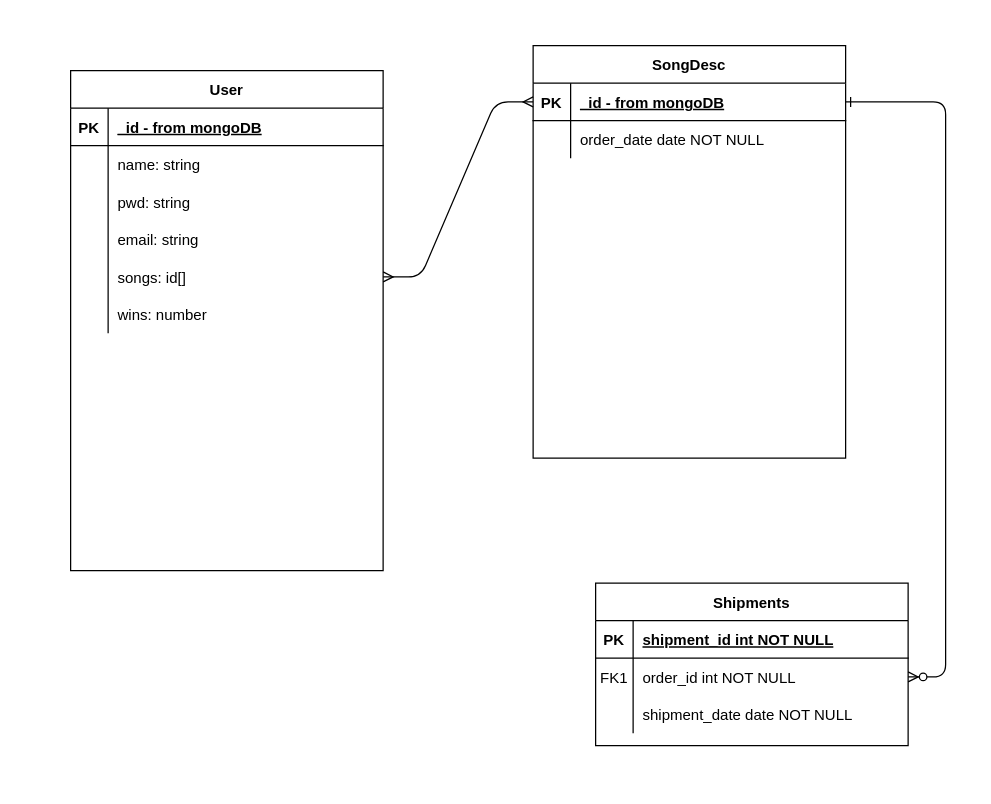
barrett-robillard-family/barrett-website keeps this draw.io diagram as Untitled Diagram.drawio. Above is the earlier version. Source tidied: cells renumbered, new cells numbered last; positions are measured from the earlier drawing's top-left corner, leaving out a move shared by most shapes. Both pictures are drawn from the tidied source at 125%, with x=0, y=0 at pixel (70, 45).
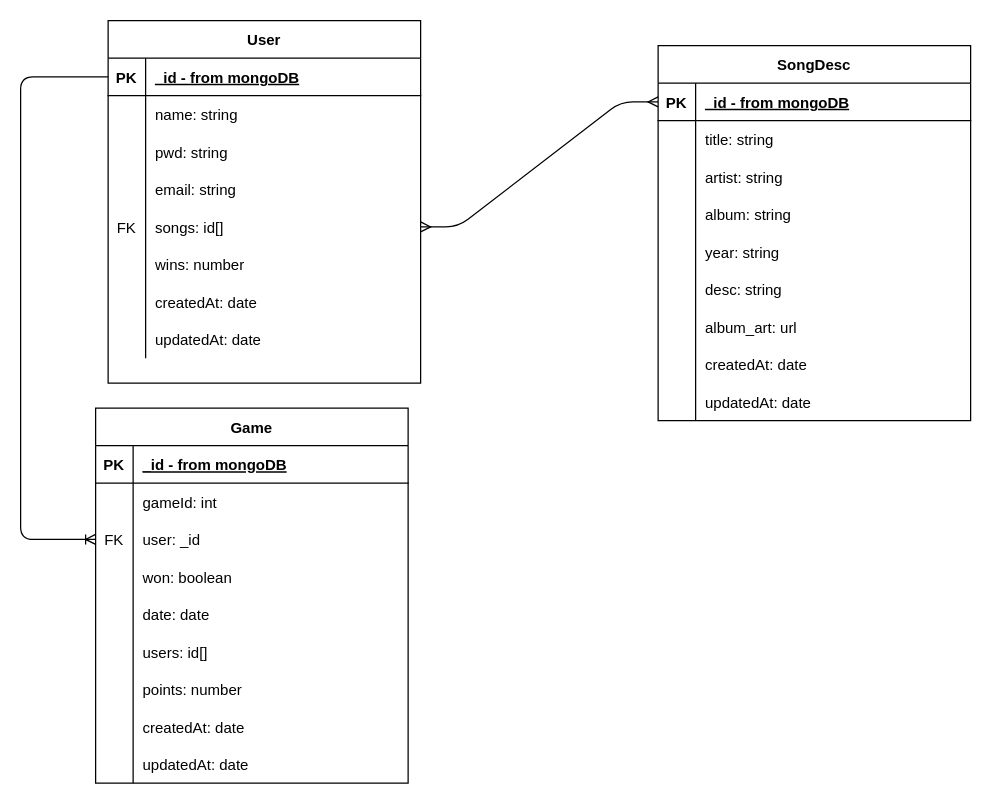
The same diagram, later.

The change refers to these unchanged cells:
```xml
<mxCell id="4" style="shape=partialRectangle;fillColor=none;points=[[0,0.5],[1,0.5]];portConstraint=eastwest;top=0;left=0;right=0;bottom=1;" parent="3" vertex="1">
  <mxGeometry y="30" width="250" height="30" as="geometry" />
</mxCell>
<mxCell id="7" style="shape=partialRectangle;fillColor=none;top=0;left=0;right=0;bottom=0;" parent="3" vertex="1">
  <mxGeometry y="60" width="250" height="30" as="geometry" />
</mxCell>
<mxCell id="21" style="shape=partialRectangle;fillColor=none;points=[[0,0.5],[1,0.5]];portConstraint=eastwest;top=0;left=0;right=0;bottom=1;" parent="20" vertex="1">
  <mxGeometry y="30" width="250" height="30" as="geometry" />
</mxCell>
<mxCell id="33" style="shape=partialRectangle;fillColor=none;points=[[0,0.5],[1,0.5]];portConstraint=eastwest;top=0;left=0;right=0;bottom=0;" parent="20" vertex="1">
  <mxGeometry y="150" width="250" height="30" as="geometry" />
</mxCell>
```

The edit, as a diff of the source:
```diff
@@
-    <mxCell id="2" style="edgeStyle=entityRelationEdgeStyle;endArrow=ERzeroToMany;startArrow=ERone;endFill=1;startFill=0;" parent="1" edge="1" source="4" target="14">
-      <mxGeometry relative="1" as="geometry" />
-    </mxCell>
     <mxCell id="3" value="SongDesc" style="shape=table;startSize=30;childLayout=tableLayout;rowLines=0;fontStyle=1;align=center;" parent="1" vertex="1">
-      <mxGeometry x="370" width="250" height="330" as="geometry" />
+      <mxGeometry x="470" width="250" height="300" as="geometry" />
     </mxCell>
@@
-    <mxCell id="9" value="order_date date NOT NULL" style="shape=partialRectangle;overflow=hidden;fillColor=none;top=0;left=0;bottom=0;right=0;align=left;spacingLeft=6;" parent="7" vertex="1">
+    <mxCell id="9" value="title: string" style="shape=partialRectangle;overflow=hidden;fillColor=none;top=0;left=0;bottom=0;right=0;align=left;spacingLeft=6;" parent="7" vertex="1">
       <mxGeometry x="30" width="220" height="30" as="geometry" />
     </mxCell>
-    <mxCell id="10" value="Shipments" style="shape=table;startSize=30;childLayout=tableLayout;rowLines=0;fontStyle=1;align=center;" parent="1" vertex="1">
-      <mxGeometry x="420" y="430" width="250" height="130" as="geometry" />
-    </mxCell>
-    <mxCell id="11" style="shape=partialRectangle;fillColor=none;top=0;left=0;right=0;bottom=1;" parent="10" vertex="1">
-      <mxGeometry y="30" width="250" height="30" as="geometry" />
-    </mxCell>
-    <mxCell id="12" value="PK" style="shape=partialRectangle;overflow=hidden;fillColor=none;top=0;left=0;bottom=0;right=0;fontStyle=1;" parent="11" vertex="1">
-      <mxGeometry width="30" height="30" as="geometry" />
-    </mxCell>
-    <mxCell id="13" value="shipment_id int NOT NULL " style="shape=partialRectangle;overflow=hidden;fillColor=none;top=0;left=0;bottom=0;right=0;align=left;spacingLeft=6;fontStyle=5;" parent="11" vertex="1">
-      <mxGeometry x="30" width="220" height="30" as="geometry" />
-    </mxCell>
-    <mxCell id="14" style="shape=partialRectangle;fillColor=none;points=[[0,0.5],[1,0.5]];portConstraint=eastwest;top=0;left=0;right=0;bottom=0;" parent="10" vertex="1">
-      <mxGeometry y="60" width="250" height="30" as="geometry" />
-    </mxCell>
-    <mxCell id="15" value="FK1" style="shape=partialRectangle;overflow=hidden;fillColor=none;top=0;left=0;bottom=0;right=0;" parent="14" vertex="1">
-      <mxGeometry width="30" height="30" as="geometry" />
-    </mxCell>
-    <mxCell id="16" value="order_id int NOT NULL" style="shape=partialRectangle;overflow=hidden;fillColor=none;top=0;left=0;bottom=0;right=0;align=left;spacingLeft=6;" parent="14" vertex="1">
-      <mxGeometry x="30" width="220" height="30" as="geometry" />
-    </mxCell>
-    <mxCell id="17" style="shape=partialRectangle;fillColor=none;top=0;left=0;right=0;bottom=0;" parent="10" vertex="1">
-      <mxGeometry y="90" width="250" height="30" as="geometry" />
-    </mxCell>
-    <mxCell id="18" style="shape=partialRectangle;overflow=hidden;fillColor=none;top=0;left=0;bottom=0;right=0;" parent="17" vertex="1">
-      <mxGeometry width="30" height="30" as="geometry" />
-    </mxCell>
-    <mxCell id="19" value="shipment_date date NOT NULL" style="shape=partialRectangle;overflow=hidden;fillColor=none;top=0;left=0;bottom=0;right=0;align=left;spacingLeft=6;" parent="17" vertex="1">
-      <mxGeometry x="30" width="220" height="30" as="geometry" />
-    </mxCell>
+    <mxCell id="40" style="shape=partialRectangle;fillColor=none;top=0;left=0;right=0;bottom=0;" parent="3" vertex="1">
+      <mxGeometry y="90" width="250" height="30" as="geometry" />
+    </mxCell>
+    <mxCell id="41" style="shape=partialRectangle;overflow=hidden;fillColor=none;top=0;left=0;bottom=0;right=0;" parent="40" vertex="1">
+      <mxGeometry width="30" height="30" as="geometry" />
+    </mxCell>
+    <mxCell id="42" value="artist: string" style="shape=partialRectangle;overflow=hidden;fillColor=none;top=0;left=0;bottom=0;right=0;align=left;spacingLeft=6;" parent="40" vertex="1">
+      <mxGeometry x="30" width="220" height="30" as="geometry" />
+    </mxCell>
+    <mxCell id="43" style="shape=partialRectangle;fillColor=none;top=0;left=0;right=0;bottom=0;" parent="3" vertex="1">
+      <mxGeometry y="120" width="250" height="30" as="geometry" />
+    </mxCell>
+    <mxCell id="44" style="shape=partialRectangle;overflow=hidden;fillColor=none;top=0;left=0;bottom=0;right=0;" parent="43" vertex="1">
+      <mxGeometry width="30" height="30" as="geometry" />
+    </mxCell>
+    <mxCell id="45" value="album: string" style="shape=partialRectangle;overflow=hidden;fillColor=none;top=0;left=0;bottom=0;right=0;align=left;spacingLeft=6;" parent="43" vertex="1">
+      <mxGeometry x="30" width="220" height="30" as="geometry" />
+    </mxCell>
+    <mxCell id="46" style="shape=partialRectangle;fillColor=none;top=0;left=0;right=0;bottom=0;" parent="3" vertex="1">
+      <mxGeometry y="150" width="250" height="30" as="geometry" />
+    </mxCell>
+    <mxCell id="47" style="shape=partialRectangle;overflow=hidden;fillColor=none;top=0;left=0;bottom=0;right=0;" parent="46" vertex="1">
+      <mxGeometry width="30" height="30" as="geometry" />
+    </mxCell>
+    <mxCell id="48" value="year: string" style="shape=partialRectangle;overflow=hidden;fillColor=none;top=0;left=0;bottom=0;right=0;align=left;spacingLeft=6;" parent="46" vertex="1">
+      <mxGeometry x="30" width="220" height="30" as="geometry" />
+    </mxCell>
+    <mxCell id="49" style="shape=partialRectangle;fillColor=none;top=0;left=0;right=0;bottom=0;" parent="3" vertex="1">
+      <mxGeometry y="180" width="250" height="30" as="geometry" />
+    </mxCell>
+    <mxCell id="50" style="shape=partialRectangle;overflow=hidden;fillColor=none;top=0;left=0;bottom=0;right=0;" parent="49" vertex="1">
+      <mxGeometry width="30" height="30" as="geometry" />
+    </mxCell>
+    <mxCell id="51" value="desc: string" style="shape=partialRectangle;overflow=hidden;fillColor=none;top=0;left=0;bottom=0;right=0;align=left;spacingLeft=6;" parent="49" vertex="1">
+      <mxGeometry x="30" width="220" height="30" as="geometry" />
+    </mxCell>
+    <mxCell id="52" style="shape=partialRectangle;fillColor=none;top=0;left=0;right=0;bottom=0;" parent="3" vertex="1">
+      <mxGeometry y="210" width="250" height="30" as="geometry" />
+    </mxCell>
+    <mxCell id="53" style="shape=partialRectangle;overflow=hidden;fillColor=none;top=0;left=0;bottom=0;right=0;" parent="52" vertex="1">
+      <mxGeometry width="30" height="30" as="geometry" />
+    </mxCell>
+    <mxCell id="54" value="album_art: url" style="shape=partialRectangle;overflow=hidden;fillColor=none;top=0;left=0;bottom=0;right=0;align=left;spacingLeft=6;" parent="52" vertex="1">
+      <mxGeometry x="30" width="220" height="30" as="geometry" />
+    </mxCell>
+    <mxCell id="55" style="shape=partialRectangle;fillColor=none;top=0;left=0;right=0;bottom=0;" parent="3" vertex="1">
+      <mxGeometry y="240" width="250" height="30" as="geometry" />
+    </mxCell>
+    <mxCell id="56" style="shape=partialRectangle;overflow=hidden;fillColor=none;top=0;left=0;bottom=0;right=0;" parent="55" vertex="1">
+      <mxGeometry width="30" height="30" as="geometry" />
+    </mxCell>
+    <mxCell id="57" value="createdAt: date" style="shape=partialRectangle;overflow=hidden;fillColor=none;top=0;left=0;bottom=0;right=0;align=left;spacingLeft=6;" parent="55" vertex="1">
+      <mxGeometry x="30" width="220" height="30" as="geometry" />
+    </mxCell>
+    <mxCell id="58" style="shape=partialRectangle;fillColor=none;top=0;left=0;right=0;bottom=0;" parent="3" vertex="1">
+      <mxGeometry y="270" width="250" height="30" as="geometry" />
+    </mxCell>
+    <mxCell id="59" style="shape=partialRectangle;overflow=hidden;fillColor=none;top=0;left=0;bottom=0;right=0;" parent="58" vertex="1">
+      <mxGeometry width="30" height="30" as="geometry" />
+    </mxCell>
+    <mxCell id="60" value="updatedAt: date" style="shape=partialRectangle;overflow=hidden;fillColor=none;top=0;left=0;bottom=0;right=0;align=left;spacingLeft=6;" parent="58" vertex="1">
+      <mxGeometry x="30" width="220" height="30" as="geometry" />
+    </mxCell>
     <mxCell id="20" value="User" style="shape=table;startSize=30;childLayout=tableLayout;rowLines=0;fontStyle=1;align=center;" parent="1" vertex="1">
-      <mxGeometry y="20" width="250" height="400" as="geometry" />
+      <mxGeometry x="30" y="-20" width="250" height="290" as="geometry" />
     </mxCell>
@@
-    <mxCell id="34" style="shape=partialRectangle;overflow=hidden;fillColor=none;top=0;left=0;bottom=0;right=0;" parent="33" vertex="1">
+    <mxCell id="34" value="FK" style="shape=partialRectangle;overflow=hidden;fillColor=none;top=0;left=0;bottom=0;right=0;" parent="33" vertex="1">
       <mxGeometry width="30" height="30" as="geometry" />
     </mxCell>
@@
+    <mxCell id="61" style="shape=partialRectangle;fillColor=none;top=0;left=0;right=0;bottom=0;" parent="20" vertex="1">
+      <mxGeometry y="210" width="250" height="30" as="geometry" />
+    </mxCell>
+    <mxCell id="62" style="shape=partialRectangle;overflow=hidden;fillColor=none;top=0;left=0;bottom=0;right=0;" parent="61" vertex="1">
+      <mxGeometry width="30" height="30" as="geometry" />
+    </mxCell>
+    <mxCell id="63" value="createdAt: date" style="shape=partialRectangle;overflow=hidden;fillColor=none;top=0;left=0;bottom=0;right=0;align=left;spacingLeft=6;" parent="61" vertex="1">
+      <mxGeometry x="30" width="220" height="30" as="geometry" />
+    </mxCell>
+    <mxCell id="64" style="shape=partialRectangle;fillColor=none;top=0;left=0;right=0;bottom=0;" parent="20" vertex="1">
+      <mxGeometry y="240" width="250" height="30" as="geometry" />
+    </mxCell>
+    <mxCell id="65" style="shape=partialRectangle;overflow=hidden;fillColor=none;top=0;left=0;bottom=0;right=0;" parent="64" vertex="1">
+      <mxGeometry width="30" height="30" as="geometry" />
+    </mxCell>
+    <mxCell id="66" value="updatedAt: date" style="shape=partialRectangle;overflow=hidden;fillColor=none;top=0;left=0;bottom=0;right=0;align=left;spacingLeft=6;" parent="64" vertex="1">
+      <mxGeometry x="30" width="220" height="30" as="geometry" />
+    </mxCell>
@@
+    <mxCell id="67" value="Game" style="shape=table;startSize=30;childLayout=tableLayout;rowLines=0;fontStyle=1;align=center;" parent="1" vertex="1">
+      <mxGeometry x="20" y="290" width="250" height="300" as="geometry" />
+    </mxCell>
+    <mxCell id="11" style="shape=partialRectangle;fillColor=none;top=0;left=0;right=0;bottom=1;" parent="67" vertex="1">
+      <mxGeometry y="30" width="250" height="30" as="geometry" />
+    </mxCell>
+    <mxCell id="12" value="PK" style="shape=partialRectangle;overflow=hidden;fillColor=none;top=0;left=0;bottom=0;right=0;fontStyle=1;" parent="11" vertex="1">
+      <mxGeometry width="30" height="30" as="geometry" />
+    </mxCell>
+    <mxCell id="68" value="_id - from mongoDB" style="shape=partialRectangle;overflow=hidden;fillColor=none;top=0;left=0;bottom=0;right=0;align=left;spacingLeft=6;fontStyle=5;" parent="11" vertex="1">
+      <mxGeometry x="30" width="220" height="30" as="geometry" />
+    </mxCell>
+    <mxCell id="14" style="shape=partialRectangle;fillColor=none;points=[[0,0.5],[1,0.5]];portConstraint=eastwest;top=0;left=0;right=0;bottom=0;" parent="67" vertex="1">
+      <mxGeometry y="60" width="250" height="30" as="geometry" />
+    </mxCell>
+    <mxCell id="69" style="shape=partialRectangle;overflow=hidden;fillColor=none;top=0;left=0;bottom=0;right=0;" parent="14" vertex="1">
+      <mxGeometry width="30" height="30" as="geometry" />
+    </mxCell>
+    <mxCell id="70" value="gameId: int" style="shape=partialRectangle;overflow=hidden;fillColor=none;top=0;left=0;bottom=0;right=0;align=left;spacingLeft=6;" parent="14" vertex="1">
+      <mxGeometry x="30" width="220" height="30" as="geometry" />
+    </mxCell>
+    <mxCell id="71" style="shape=partialRectangle;fillColor=none;points=[[0,0.5],[1,0.5]];portConstraint=eastwest;top=0;left=0;right=0;bottom=0;" parent="67" vertex="1">
+      <mxGeometry y="90" width="250" height="30" as="geometry" />
+    </mxCell>
+    <mxCell id="72" value="FK" style="shape=partialRectangle;overflow=hidden;fillColor=none;top=0;left=0;bottom=0;right=0;" parent="71" vertex="1">
+      <mxGeometry width="30" height="30" as="geometry" />
+    </mxCell>
+    <mxCell id="73" value="user: _id" style="shape=partialRectangle;overflow=hidden;fillColor=none;top=0;left=0;bottom=0;right=0;align=left;spacingLeft=6;" parent="71" vertex="1">
+      <mxGeometry x="30" width="220" height="30" as="geometry" />
+    </mxCell>
+    <mxCell id="74" style="shape=partialRectangle;fillColor=none;top=0;left=0;right=0;bottom=0;" parent="67" vertex="1">
+      <mxGeometry y="120" width="250" height="30" as="geometry" />
+    </mxCell>
+    <mxCell id="75" style="shape=partialRectangle;overflow=hidden;fillColor=none;top=0;left=0;bottom=0;right=0;" parent="74" vertex="1">
+      <mxGeometry width="30" height="30" as="geometry" />
+    </mxCell>
+    <mxCell id="76" value="won: boolean" style="shape=partialRectangle;overflow=hidden;fillColor=none;top=0;left=0;bottom=0;right=0;align=left;spacingLeft=6;" parent="74" vertex="1">
+      <mxGeometry x="30" width="220" height="30" as="geometry" />
+    </mxCell>
+    <mxCell id="77" style="shape=partialRectangle;fillColor=none;top=0;left=0;right=0;bottom=0;" parent="67" vertex="1">
+      <mxGeometry y="150" width="250" height="30" as="geometry" />
+    </mxCell>
+    <mxCell id="78" style="shape=partialRectangle;overflow=hidden;fillColor=none;top=0;left=0;bottom=0;right=0;" parent="77" vertex="1">
+      <mxGeometry width="30" height="30" as="geometry" />
+    </mxCell>
+    <mxCell id="79" value="date: date" style="shape=partialRectangle;overflow=hidden;fillColor=none;top=0;left=0;bottom=0;right=0;align=left;spacingLeft=6;" parent="77" vertex="1">
+      <mxGeometry x="30" width="220" height="30" as="geometry" />
+    </mxCell>
+    <mxCell id="80" style="shape=partialRectangle;fillColor=none;top=0;left=0;right=0;bottom=0;" parent="67" vertex="1">
+      <mxGeometry y="180" width="250" height="30" as="geometry" />
+    </mxCell>
+    <mxCell id="81" style="shape=partialRectangle;overflow=hidden;fillColor=none;top=0;left=0;bottom=0;right=0;" parent="80" vertex="1">
+      <mxGeometry width="30" height="30" as="geometry" />
+    </mxCell>
+    <mxCell id="82" value="users: id[]" style="shape=partialRectangle;overflow=hidden;fillColor=none;top=0;left=0;bottom=0;right=0;align=left;spacingLeft=6;" parent="80" vertex="1">
+      <mxGeometry x="30" width="220" height="30" as="geometry" />
+    </mxCell>
+    <mxCell id="83" style="shape=partialRectangle;fillColor=none;top=0;left=0;right=0;bottom=0;" parent="67" vertex="1">
+      <mxGeometry y="210" width="250" height="30" as="geometry" />
+    </mxCell>
+    <mxCell id="84" style="shape=partialRectangle;overflow=hidden;fillColor=none;top=0;left=0;bottom=0;right=0;" parent="83" vertex="1">
+      <mxGeometry width="30" height="30" as="geometry" />
+    </mxCell>
+    <mxCell id="85" value="points: number" style="shape=partialRectangle;overflow=hidden;fillColor=none;top=0;left=0;bottom=0;right=0;align=left;spacingLeft=6;" parent="83" vertex="1">
+      <mxGeometry x="30" width="220" height="30" as="geometry" />
+    </mxCell>
+    <mxCell id="86" style="shape=partialRectangle;fillColor=none;top=0;left=0;right=0;bottom=0;" parent="67" vertex="1">
+      <mxGeometry y="240" width="250" height="30" as="geometry" />
+    </mxCell>
+    <mxCell id="87" style="shape=partialRectangle;overflow=hidden;fillColor=none;top=0;left=0;bottom=0;right=0;" parent="86" vertex="1">
+      <mxGeometry width="30" height="30" as="geometry" />
+    </mxCell>
+    <mxCell id="88" value="createdAt: date" style="shape=partialRectangle;overflow=hidden;fillColor=none;top=0;left=0;bottom=0;right=0;align=left;spacingLeft=6;" parent="86" vertex="1">
+      <mxGeometry x="30" width="220" height="30" as="geometry" />
+    </mxCell>
+    <mxCell id="89" style="shape=partialRectangle;fillColor=none;top=0;left=0;right=0;bottom=0;" parent="67" vertex="1">
+      <mxGeometry y="270" width="250" height="30" as="geometry" />
+    </mxCell>
+    <mxCell id="90" style="shape=partialRectangle;overflow=hidden;fillColor=none;top=0;left=0;bottom=0;right=0;" parent="89" vertex="1">
+      <mxGeometry width="30" height="30" as="geometry" />
+    </mxCell>
+    <mxCell id="91" value="updatedAt: date" style="shape=partialRectangle;overflow=hidden;fillColor=none;top=0;left=0;bottom=0;right=0;align=left;spacingLeft=6;" parent="89" vertex="1">
+      <mxGeometry x="30" width="220" height="30" as="geometry" />
+    </mxCell>
+    <mxCell id="92" style="edgeStyle=elbowEdgeStyle;fontSize=12;html=1;endArrow=ERoneToMany;entryX=0;entryY=0.5;entryDx=0;entryDy=0;exitX=0;exitY=0.5;exitDx=0;exitDy=0;elbow=vertical;" parent="1" edge="1" source="21" target="71">
+      <mxGeometry relative="1" as="geometry">
+        <Array as="points">
+          <mxPoint x="-40" y="240" />
+        </Array>
+      </mxGeometry>
+    </mxCell>
```
